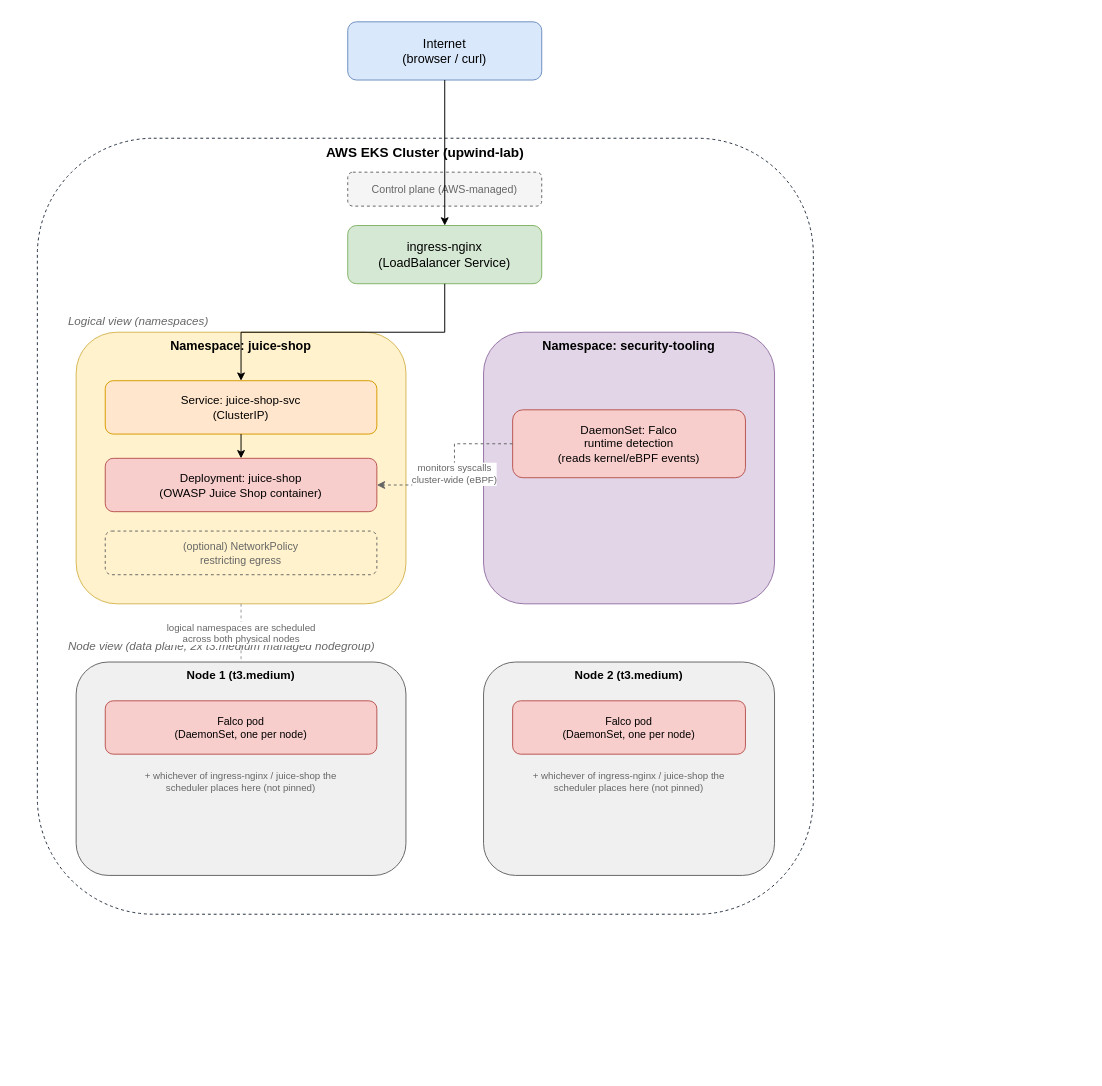
economycomfort/upwind-sa-lab keeps this draw.io diagram as diagrams/architecture.drawio. Above is the earlier version. Source tidied: cells renumbered, new cells numbered last; positions are measured from the earlier drawing's top-left corner, leaving out a move shared by most shapes. Both pictures are drawn from the tidied source at 97%, with x=0, y=0 at pixel (37, 21).
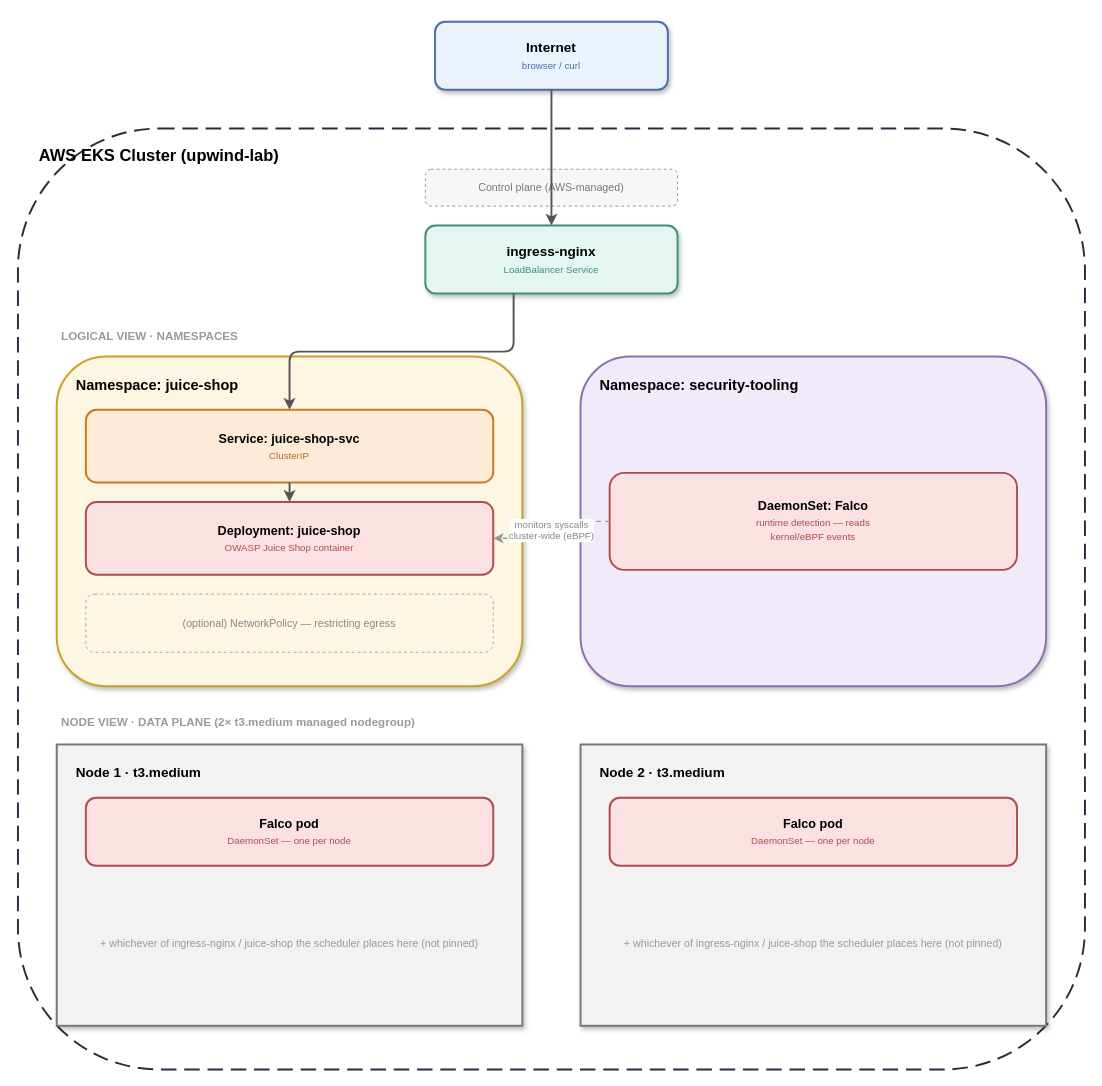
Above is the later version.

Commit message:
Polish diagram: uniform grid, spacing, palette, typography

Diff of the diagram source:
```diff
@@
-    <mxCell id="2" value="Internet&#10;(browser / curl)" style="rounded=1;whiteSpace=wrap;html=1;fillColor=#dae8fc;strokeColor=#6c8ebf;fontSize=13;" parent="1" vertex="1">
-      <mxGeometry x="320" width="200" height="60" as="geometry" />
+    <mxCell id="2" value="&lt;b&gt;Internet&lt;/b&gt;&lt;br&gt;&lt;span style=&quot;font-size:10px;color:#4a6fa5;&quot;&gt;browser / curl&lt;/span&gt;" style="rounded=1;whiteSpace=wrap;html=1;fillColor=#eaf2fb;strokeColor=#4a6fa5;strokeWidth=2;fontSize=14;fontFamily=Helvetica;shadow=1;" parent="1" vertex="1">
+      <mxGeometry x="410" width="240" height="70" as="geometry" />
     </mxCell>
-    <mxCell id="3" value="AWS EKS Cluster (upwind-lab)" style="rounded=1;whiteSpace=wrap;html=1;verticalAlign=top;fillColor=none;strokeColor=#232F3E;fontSize=14;fontStyle=1;dashed=1;" parent="1" vertex="1">
-      <mxGeometry y="120" width="800" height="800" as="geometry" />
+    <mxCell id="3" value="AWS EKS Cluster (upwind-lab)" style="rounded=1;whiteSpace=wrap;html=1;verticalAlign=top;align=left;spacingLeft=20;spacingTop=12;fillColor=none;strokeColor=#232f3e;strokeWidth=2;fontSize=17;fontStyle=1;fontFamily=Helvetica;dashed=1;dashPattern=8 4;" parent="1" vertex="1">
+      <mxGeometry x="-20" y="110" width="1100" height="970" as="geometry" />
     </mxCell>
-    <mxCell id="4" value="Control plane (AWS-managed)" style="rounded=1;whiteSpace=wrap;html=1;fillColor=#f5f5f5;strokeColor=#666666;fontSize=11;fontColor=#666666;dashed=1;" parent="1" vertex="1">
-      <mxGeometry x="320" y="155" width="200" height="35" as="geometry" />
+    <mxCell id="4" value="Control plane (AWS-managed)" style="rounded=1;whiteSpace=wrap;html=1;fillColor=#f7f7f7;strokeColor=#999999;fontSize=11;fontColor=#777777;fontFamily=Helvetica;dashed=1;" parent="1" vertex="1">
+      <mxGeometry x="400" y="152" width="260" height="38" as="geometry" />
     </mxCell>
-    <mxCell id="5" value="ingress-nginx&#10;(LoadBalancer Service)" style="rounded=1;whiteSpace=wrap;html=1;fillColor=#d5e8d4;strokeColor=#82b366;fontSize=13;" parent="1" vertex="1">
-      <mxGeometry x="320" y="210" width="200" height="60" as="geometry" />
+    <mxCell id="5" value="&lt;b&gt;ingress-nginx&lt;/b&gt;&lt;br&gt;&lt;span style=&quot;font-size:10px;color:#3f8f7f;&quot;&gt;LoadBalancer Service&lt;/span&gt;" style="rounded=1;whiteSpace=wrap;html=1;fillColor=#e4f5f2;strokeColor=#3f8f7f;strokeWidth=2;fontSize=14;fontFamily=Helvetica;shadow=1;" parent="1" vertex="1">
+      <mxGeometry x="400" y="210" width="260" height="70" as="geometry" />
     </mxCell>
-    <mxCell id="6" value="Logical view (namespaces)" style="text;html=1;fontSize=12;fontStyle=2;fontColor=#666666;align=left;" parent="1" vertex="1">
-      <mxGeometry x="30" y="295" width="260" height="20" as="geometry" />
+    <mxCell id="6" value="LOGICAL VIEW · NAMESPACES" style="text;html=1;fontSize=12;fontStyle=1;fontColor=#9a9a9a;fontFamily=Helvetica;align=left;spacing=0;" parent="1" vertex="1">
+      <mxGeometry x="25" y="312" width="400" height="24" as="geometry" />
     </mxCell>
-    <mxCell id="7" value="Namespace: juice-shop" style="rounded=1;whiteSpace=wrap;html=1;verticalAlign=top;fillColor=#fff2cc;strokeColor=#d6b656;fontSize=13;fontStyle=1;" parent="1" vertex="1">
-      <mxGeometry x="40" y="320" width="340" height="280" as="geometry" />
+    <mxCell id="7" value="Namespace: juice-shop" style="rounded=1;whiteSpace=wrap;html=1;verticalAlign=top;align=left;spacingLeft=18;spacingTop=14;fillColor=#fdf6e3;strokeColor=#c9a227;strokeWidth=2;fontSize=15;fontStyle=1;fontFamily=Helvetica;shadow=1;" parent="1" vertex="1">
+      <mxGeometry x="20" y="345" width="480" height="340" as="geometry" />
     </mxCell>
-    <mxCell id="8" value="Service: juice-shop-svc&#10;(ClusterIP)" style="rounded=1;whiteSpace=wrap;html=1;fillColor=#ffe6cc;strokeColor=#d79b00;fontSize=12;" parent="1" vertex="1">
-      <mxGeometry x="70" y="370" width="280" height="55" as="geometry" />
+    <mxCell id="8" value="&lt;b&gt;Service: juice-shop-svc&lt;/b&gt;&lt;br&gt;&lt;span style=&quot;font-size:10px;color:#b06b1f;&quot;&gt;ClusterIP&lt;/span&gt;" style="rounded=1;whiteSpace=wrap;html=1;fillColor=#fdebd8;strokeColor=#c9791f;strokeWidth=2;fontSize=13;fontFamily=Helvetica;" parent="1" vertex="1">
+      <mxGeometry x="50" y="400" width="420" height="75" as="geometry" />
     </mxCell>
-    <mxCell id="9" value="Deployment: juice-shop&#10;(OWASP Juice Shop container)" style="rounded=1;whiteSpace=wrap;html=1;fillColor=#f8cecc;strokeColor=#b85450;fontSize=12;" parent="1" vertex="1">
-      <mxGeometry x="70" y="450" width="280" height="55" as="geometry" />
+    <mxCell id="9" value="&lt;b&gt;Deployment: juice-shop&lt;/b&gt;&lt;br&gt;&lt;span style=&quot;font-size:10px;color:#af4d4d;&quot;&gt;OWASP Juice Shop container&lt;/span&gt;" style="rounded=1;whiteSpace=wrap;html=1;fillColor=#fbe1e1;strokeColor=#af4d4d;strokeWidth=2;fontSize=13;fontFamily=Helvetica;" parent="1" vertex="1">
+      <mxGeometry x="50" y="495" width="420" height="75" as="geometry" />
     </mxCell>
-    <mxCell id="10" value="(optional) NetworkPolicy&#10;restricting egress" style="rounded=1;whiteSpace=wrap;html=1;fillColor=none;strokeColor=#666666;dashed=1;fontSize=11;fontColor=#666666;" parent="1" vertex="1">
-      <mxGeometry x="70" y="525" width="280" height="45" as="geometry" />
+    <mxCell id="10" value="(optional) NetworkPolicy — restricting egress" style="rounded=1;whiteSpace=wrap;html=1;fillColor=none;strokeColor=#aaaaaa;dashed=1;fontSize=11;fontColor=#888888;fontFamily=Helvetica;" parent="1" vertex="1">
+      <mxGeometry x="50" y="590" width="420" height="60" as="geometry" />
     </mxCell>
-    <mxCell id="11" value="Namespace: security-tooling" style="rounded=1;whiteSpace=wrap;html=1;verticalAlign=top;fillColor=#e1d5e7;strokeColor=#9673a6;fontSize=13;fontStyle=1;" parent="1" vertex="1">
-      <mxGeometry x="460" y="320" width="300" height="280" as="geometry" />
+    <mxCell id="11" value="Namespace: security-tooling" style="rounded=1;whiteSpace=wrap;html=1;verticalAlign=top;align=left;spacingLeft=18;spacingTop=14;fillColor=#f1eaf9;strokeColor=#8e6fb0;strokeWidth=2;fontSize=15;fontStyle=1;fontFamily=Helvetica;shadow=1;" parent="1" vertex="1">
+      <mxGeometry x="560" y="345" width="480" height="340" as="geometry" />
     </mxCell>
-    <mxCell id="12" value="DaemonSet: Falco&#10;runtime detection&#10;(reads kernel/eBPF events)" style="rounded=1;whiteSpace=wrap;html=1;fillColor=#f8cecc;strokeColor=#b85450;fontSize=12;" parent="1" vertex="1">
-      <mxGeometry x="490" y="400" width="240" height="70" as="geometry" />
+    <mxCell id="12" value="&lt;b&gt;DaemonSet: Falco&lt;/b&gt;&lt;br&gt;&lt;span style=&quot;font-size:10px;color:#af4d4d;&quot;&gt;runtime detection — reads&lt;br&gt;kernel/eBPF events&lt;/span&gt;" style="rounded=1;whiteSpace=wrap;html=1;fillColor=#fbe1e1;strokeColor=#af4d4d;strokeWidth=2;fontSize=13;fontFamily=Helvetica;" parent="1" vertex="1">
+      <mxGeometry x="590" y="465" width="420" height="100" as="geometry" />
     </mxCell>
-    <mxCell id="13" value="Node view (data plane, 2x t3.medium managed nodegroup)" style="text;html=1;fontSize=12;fontStyle=2;fontColor=#666666;align=left;" parent="1" vertex="1">
-      <mxGeometry x="30" y="630" width="500" height="20" as="geometry" />
+    <mxCell id="13" value="NODE VIEW · DATA PLANE (2× t3.medium managed nodegroup)" style="text;html=1;fontSize=12;fontStyle=1;fontColor=#9a9a9a;fontFamily=Helvetica;align=left;spacing=0;" parent="1" vertex="1">
+      <mxGeometry x="25" y="710" width="600" height="24" as="geometry" />
     </mxCell>
-    <mxCell id="14" value="Node 1 (t3.medium)" style="rounded=1;whiteSpace=wrap;html=1;verticalAlign=top;fillColor=#f0f0f0;strokeColor=#666666;fontSize=12;fontStyle=1;" parent="1" vertex="1">
-      <mxGeometry x="40" y="660" width="340" height="220" as="geometry" />
+    <mxCell id="14" value="Node 1 · t3.medium" style="rounded=0;whiteSpace=wrap;html=1;verticalAlign=top;align=left;spacingLeft=18;spacingTop=14;fillColor=#f2f2f2;strokeColor=#777777;strokeWidth=2;fontSize=14;fontStyle=1;fontFamily=Helvetica;shadow=1;" parent="1" vertex="1">
+      <mxGeometry x="20" y="745" width="480" height="290" as="geometry" />
     </mxCell>
-    <mxCell id="15" value="Falco pod&#10;(DaemonSet, one per node)" style="rounded=1;whiteSpace=wrap;html=1;fillColor=#f8cecc;strokeColor=#b85450;fontSize=11;" parent="1" vertex="1">
-      <mxGeometry x="70" y="700" width="280" height="55" as="geometry" />
+    <mxCell id="15" value="&lt;b&gt;Falco pod&lt;/b&gt;&lt;br&gt;&lt;span style=&quot;font-size:10px;color:#af4d4d;&quot;&gt;DaemonSet — one per node&lt;/span&gt;" style="rounded=1;whiteSpace=wrap;html=1;fillColor=#fbe1e1;strokeColor=#af4d4d;strokeWidth=2;fontSize=13;fontFamily=Helvetica;" parent="1" vertex="1">
+      <mxGeometry x="50" y="800" width="420" height="70" as="geometry" />
     </mxCell>
-    <mxCell id="16" value="+ whichever of ingress-nginx / juice-shop the&#10;scheduler places here (not pinned)" style="text;html=1;fontSize=10;fontColor=#666666;align=center;whiteSpace=wrap;" parent="1" vertex="1">
-      <mxGeometry x="70" y="765" width="280" height="90" as="geometry" />
+    <mxCell id="16" value="+ whichever of ingress-nginx / juice-shop the scheduler places here (not pinned)" style="text;html=1;fontSize=11;fontColor=#999999;fontFamily=Helvetica;align=center;verticalAlign=middle;whiteSpace=wrap;" parent="1" vertex="1">
+      <mxGeometry x="60" y="895" width="400" height="110" as="geometry" />
     </mxCell>
-    <mxCell id="17" value="Node 2 (t3.medium)" style="rounded=1;whiteSpace=wrap;html=1;verticalAlign=top;fillColor=#f0f0f0;strokeColor=#666666;fontSize=12;fontStyle=1;" parent="1" vertex="1">
-      <mxGeometry x="460" y="660" width="300" height="220" as="geometry" />
+    <mxCell id="17" value="Node 2 · t3.medium" style="rounded=0;whiteSpace=wrap;html=1;verticalAlign=top;align=left;spacingLeft=18;spacingTop=14;fillColor=#f2f2f2;strokeColor=#777777;strokeWidth=2;fontSize=14;fontStyle=1;fontFamily=Helvetica;shadow=1;" parent="1" vertex="1">
+      <mxGeometry x="560" y="745" width="480" height="290" as="geometry" />
     </mxCell>
-    <mxCell id="18" value="Falco pod&#10;(DaemonSet, one per node)" style="rounded=1;whiteSpace=wrap;html=1;fillColor=#f8cecc;strokeColor=#b85450;fontSize=11;" parent="1" vertex="1">
-      <mxGeometry x="490" y="700" width="240" height="55" as="geometry" />
+    <mxCell id="18" value="&lt;b&gt;Falco pod&lt;/b&gt;&lt;br&gt;&lt;span style=&quot;font-size:10px;color:#af4d4d;&quot;&gt;DaemonSet — one per node&lt;/span&gt;" style="rounded=1;whiteSpace=wrap;html=1;fillColor=#fbe1e1;strokeColor=#af4d4d;strokeWidth=2;fontSize=13;fontFamily=Helvetica;" parent="1" vertex="1">
+      <mxGeometry x="590" y="800" width="420" height="70" as="geometry" />
     </mxCell>
-    <mxCell id="19" value="+ whichever of ingress-nginx / juice-shop the&#10;scheduler places here (not pinned)" style="text;html=1;fontSize=10;fontColor=#666666;align=center;whiteSpace=wrap;" parent="1" vertex="1">
-      <mxGeometry x="490" y="765" width="240" height="90" as="geometry" />
+    <mxCell id="19" value="+ whichever of ingress-nginx / juice-shop the scheduler places here (not pinned)" style="text;html=1;fontSize=11;fontColor=#999999;fontFamily=Helvetica;align=center;verticalAlign=middle;whiteSpace=wrap;" parent="1" vertex="1">
+      <mxGeometry x="600" y="895" width="400" height="110" as="geometry" />
     </mxCell>
-    <mxCell id="20" style="edgeStyle=orthogonalEdgeStyle;rounded=0;html=1;fontSize=11;" parent="1" edge="1" source="2" target="5">
+    <mxCell id="20" style="edgeStyle=orthogonalEdgeStyle;rounded=1;html=1;strokeWidth=2;strokeColor=#555555;fontSize=11;fontFamily=Helvetica;exitX=0.5;exitY=1;entryX=0.5;entryY=0;" parent="1" edge="1" source="2" target="5">
       <mxGeometry relative="1" as="geometry" />
     </mxCell>
-    <mxCell id="21" style="edgeStyle=orthogonalEdgeStyle;rounded=0;html=1;fontSize=11;" parent="1" edge="1" source="5" target="8">
+    <mxCell id="21" style="edgeStyle=orthogonalEdgeStyle;rounded=1;html=1;strokeWidth=2;strokeColor=#555555;fontSize=11;fontFamily=Helvetica;exitX=0.35;exitY=1;entryX=0.5;entryY=0;" parent="1" edge="1" source="5" target="8">
       <mxGeometry relative="1" as="geometry" />
     </mxCell>
-    <mxCell id="22" style="edgeStyle=orthogonalEdgeStyle;rounded=0;html=1;fontSize=11;" parent="1" edge="1" source="8" target="9">
+    <mxCell id="22" style="edgeStyle=orthogonalEdgeStyle;rounded=1;html=1;strokeWidth=2;strokeColor=#555555;fontSize=11;fontFamily=Helvetica;exitX=0.5;exitY=1;entryX=0.5;entryY=0;" parent="1" edge="1" source="8" target="9">
       <mxGeometry relative="1" as="geometry" />
     </mxCell>
-    <mxCell id="23" value="monitors syscalls&#10;cluster-wide (eBPF)" style="edgeStyle=orthogonalEdgeStyle;rounded=0;html=1;dashed=1;fontSize=10;fontColor=#666666;strokeColor=#666666;" parent="1" edge="1" source="12" target="9">
-      <mxGeometry relative="1" as="geometry">
-        <Array as="points">
-          <mxPoint x="430" y="435" />
-        </Array>
-      </mxGeometry>
+    <mxCell id="23" value="monitors syscalls&#10;cluster-wide (eBPF)" style="edgeStyle=orthogonalEdgeStyle;rounded=1;html=1;dashed=1;strokeWidth=1.5;strokeColor=#999999;fontSize=10;fontColor=#888888;fontFamily=Helvetica;labelBackgroundColor=#ffffff;exitX=0;exitY=0.5;entryX=1;entryY=0.5;" parent="1" edge="1" source="12" target="9">
+      <mxGeometry relative="1" as="geometry" />
     </mxCell>
-    <mxCell id="24" value="logical namespaces are scheduled&#10;across both physical nodes" style="edgeStyle=orthogonalEdgeStyle;rounded=0;html=1;dashed=1;fontSize=10;fontColor=#666666;strokeColor=#999999;endArrow=none;startArrow=none;" parent="1" edge="1" source="7" target="14">
-      <mxGeometry relative="1" as="geometry" />
-    </mxCell>
```
